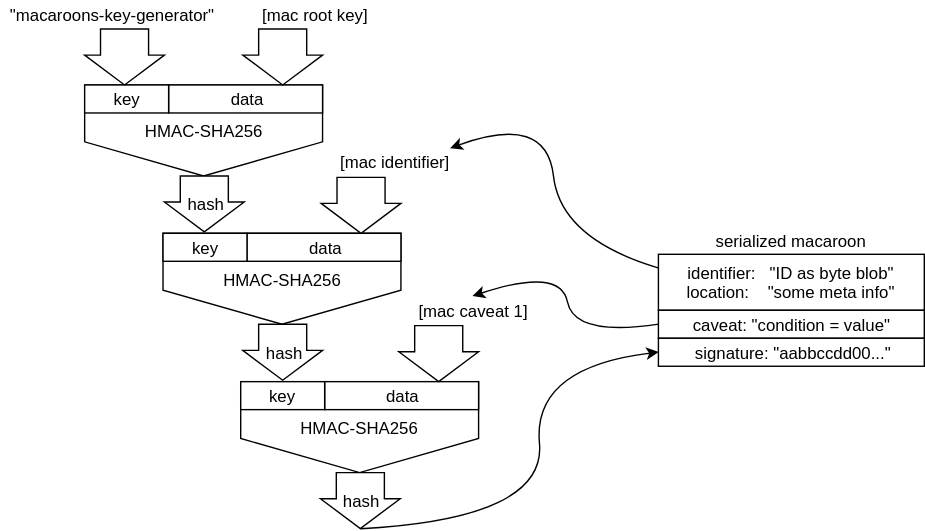
Earlier version of the draw.io export img/slides-06/macaroons-hash-chain-with-serialized.svg (guggero/lightning-workshop). Source tidied: cells renumbered, new cells last; positions are measured from the earlier drawing's top-left corner, leaving out a move shared by most shapes.
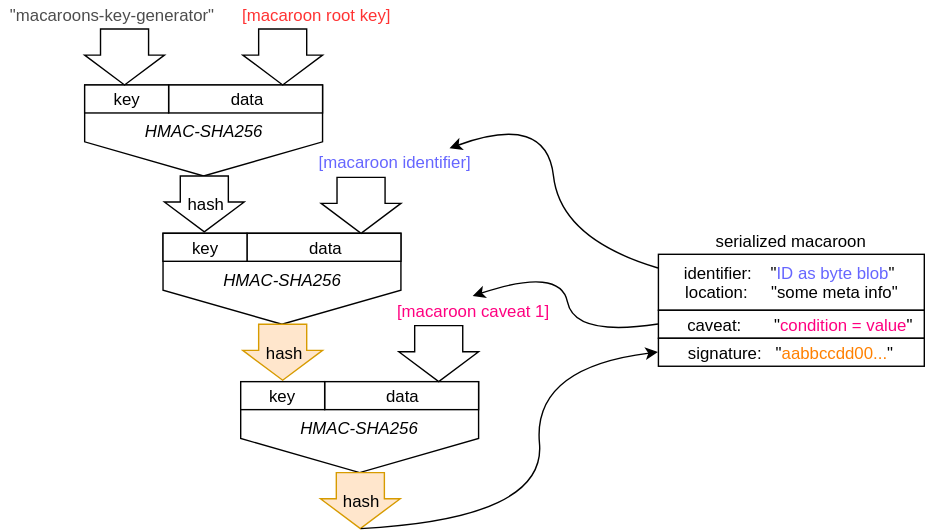
After the change.

Commit message:
Finish macaroon slides

The edit, as a diff of the source:
```diff
@@ -2,16 +2,16 @@
   <root>
     <mxCell id="0" />
     <mxCell id="1" parent="0" />
-    <mxCell id="2" value="&lt;font style=&quot;font-size: 12px&quot;&gt;&quot;macaroons-key-generator&quot;&lt;/font&gt;" style="text;html=1;strokeColor=none;fillColor=none;align=center;verticalAlign=middle;whiteSpace=wrap;rounded=0;" parent="1" vertex="1">
+    <mxCell id="2" value="&lt;font style=&quot;font-size: 12px&quot;&gt;&quot;macaroons-key-generator&quot;&lt;/font&gt;" style="text;html=1;strokeColor=none;fillColor=none;align=center;verticalAlign=middle;whiteSpace=wrap;rounded=0;fontColor=#4D4D4D;" parent="1" vertex="1">
       <mxGeometry width="160" height="20" as="geometry" />
     </mxCell>
-    <mxCell id="3" value="&lt;font style=&quot;font-size: 12px&quot;&gt;[mac root key]&lt;/font&gt;" style="text;html=1;strokeColor=none;fillColor=none;align=center;verticalAlign=middle;whiteSpace=wrap;rounded=0;" parent="1" vertex="1">
+    <mxCell id="3" value="&lt;font style=&quot;font-size: 12px&quot;&gt;[macaroon root key]&lt;/font&gt;" style="text;html=1;strokeColor=none;fillColor=none;align=center;verticalAlign=middle;whiteSpace=wrap;rounded=0;fontColor=#FF3333;" parent="1" vertex="1">
       <mxGeometry x="145" width="160" height="20" as="geometry" />
     </mxCell>
     <mxCell id="4" style="group;" parent="1" vertex="1">
       <mxGeometry x="60" y="20" width="170" height="145" as="geometry" />
     </mxCell>
-    <mxCell id="5" value="HMAC-SHA256" style="shape=offPageConnector;whiteSpace=wrap;html=1;" parent="4" vertex="1">
+    <mxCell id="5" value="&lt;i&gt;HMAC-SHA256&lt;/i&gt;" style="shape=offPageConnector;whiteSpace=wrap;html=1;" parent="4" vertex="1">
       <mxGeometry y="40" width="170" height="65" as="geometry" />
     </mxCell>
     <mxCell id="6" value="hash" style="shape=singleArrow;direction=south;whiteSpace=wrap;html=1;arrowWidth=0.6023013304566647;arrowSize=0.5339805825242727;" parent="4" vertex="1">
@@ -32,10 +32,10 @@
     <mxCell id="11" style="group;" parent="1" vertex="1">
       <mxGeometry x="116" y="126" width="170" height="145" as="geometry" />
     </mxCell>
-    <mxCell id="12" value="HMAC-SHA256" style="shape=offPageConnector;whiteSpace=wrap;html=1;" parent="11" vertex="1">
+    <mxCell id="12" value="&lt;i&gt;HMAC-SHA256&lt;/i&gt;" style="shape=offPageConnector;whiteSpace=wrap;html=1;" parent="11" vertex="1">
       <mxGeometry y="40" width="170" height="65" as="geometry" />
     </mxCell>
-    <mxCell id="13" value="hash" style="shape=singleArrow;direction=south;whiteSpace=wrap;html=1;arrowWidth=0.6023013304566647;arrowSize=0.5339805825242727;" parent="11" vertex="1">
+    <mxCell id="13" value="hash" style="shape=singleArrow;direction=south;whiteSpace=wrap;html=1;arrowWidth=0.6023013304566647;arrowSize=0.5339805825242727;fillColor=#ffe6cc;strokeColor=#d79b00;" parent="11" vertex="1">
       <mxGeometry x="57" y="105" width="57" height="40" as="geometry" />
     </mxCell>
     <mxCell id="14" value="data" style="rounded=0;whiteSpace=wrap;html=1;" parent="11" vertex="1">
@@ -50,10 +50,10 @@
     <mxCell id="17" style="group;" parent="1" vertex="1">
       <mxGeometry x="171.5" y="232" width="170" height="145" as="geometry" />
     </mxCell>
-    <mxCell id="18" value="HMAC-SHA256" style="shape=offPageConnector;whiteSpace=wrap;html=1;" parent="17" vertex="1">
+    <mxCell id="18" value="&lt;i&gt;HMAC-SHA256&lt;/i&gt;" style="shape=offPageConnector;whiteSpace=wrap;html=1;" parent="17" vertex="1">
       <mxGeometry y="40" width="170" height="65" as="geometry" />
     </mxCell>
-    <mxCell id="19" value="hash" style="shape=singleArrow;direction=south;whiteSpace=wrap;html=1;arrowWidth=0.6023013304566647;arrowSize=0.5339805825242727;" parent="17" vertex="1">
+    <mxCell id="19" value="hash" style="shape=singleArrow;direction=south;whiteSpace=wrap;html=1;arrowWidth=0.6023013304566647;arrowSize=0.5339805825242727;fillColor=#ffe6cc;strokeColor=#d79b00;" parent="17" vertex="1">
       <mxGeometry x="57" y="105" width="57" height="40" as="geometry" />
     </mxCell>
     <mxCell id="20" value="data" style="rounded=0;whiteSpace=wrap;html=1;" parent="17" vertex="1">
@@ -65,22 +65,22 @@
     <mxCell id="22" style="shape=singleArrow;direction=south;whiteSpace=wrap;html=1;arrowWidth=0.6023013304566647;arrowSize=0.5339805825242727;" parent="17" vertex="1">
       <mxGeometry x="113" width="57" height="40" as="geometry" />
     </mxCell>
-    <mxCell id="23" value="&lt;font style=&quot;font-size: 12px&quot;&gt;[mac identifier]&lt;/font&gt;" style="text;html=1;strokeColor=none;fillColor=none;align=center;verticalAlign=middle;whiteSpace=wrap;rounded=0;" parent="1" vertex="1">
+    <mxCell id="23" value="&lt;font style=&quot;font-size: 12px&quot;&gt;[macaroon identifier]&lt;/font&gt;" style="text;html=1;strokeColor=none;fillColor=none;align=center;verticalAlign=middle;whiteSpace=wrap;rounded=0;fontColor=#6666FF;" parent="1" vertex="1">
       <mxGeometry x="201" y="105" width="160" height="20" as="geometry" />
     </mxCell>
-    <mxCell id="24" value="&lt;font style=&quot;font-size: 12px&quot;&gt;[mac caveat 1]&lt;/font&gt;" style="text;html=1;strokeColor=none;fillColor=none;align=center;verticalAlign=middle;whiteSpace=wrap;rounded=0;" parent="1" vertex="1">
+    <mxCell id="24" value="&lt;font style=&quot;font-size: 12px&quot;&gt;[macaroon caveat 1]&lt;/font&gt;" style="text;html=1;strokeColor=none;fillColor=none;align=center;verticalAlign=middle;whiteSpace=wrap;rounded=0;fontColor=#FF0080;" parent="1" vertex="1">
       <mxGeometry x="257" y="211" width="160" height="20" as="geometry" />
     </mxCell>
-    <mxCell id="25" value="identifier:&amp;nbsp; &amp;nbsp;&quot;ID as byte blob&quot;&amp;nbsp;&lt;br&gt;location:&amp;nbsp; &amp;nbsp; &quot;some meta info&quot;&amp;nbsp;&lt;br&gt;" style="rounded=0;whiteSpace=wrap;html=1;" parent="1" vertex="1">
+    <mxCell id="25" value="identifier:&amp;nbsp; &amp;nbsp; &quot;&lt;font color=&quot;#6666ff&quot;&gt;ID as byte blob&lt;/font&gt;&quot;&amp;nbsp;&lt;br&gt;&amp;nbsp;location:&amp;nbsp; &amp;nbsp; &amp;nbsp;&quot;some meta info&quot;&amp;nbsp;&lt;br&gt;" style="rounded=0;whiteSpace=wrap;html=1;" parent="1" vertex="1">
       <mxGeometry x="470" y="181" width="190" height="40" as="geometry" />
     </mxCell>
     <mxCell id="26" value="&lt;font style=&quot;font-size: 12px&quot;&gt;serialized macaroon&lt;/font&gt;" style="text;html=1;strokeColor=none;fillColor=none;align=center;verticalAlign=middle;whiteSpace=wrap;rounded=0;" parent="1" vertex="1">
       <mxGeometry x="485" y="161" width="160" height="20" as="geometry" />
     </mxCell>
-    <mxCell id="27" value="caveat: &quot;condition = value&quot;" style="rounded=0;whiteSpace=wrap;html=1;" parent="1" vertex="1">
+    <mxCell id="27" value="&amp;nbsp; &amp;nbsp; caveat:&amp;nbsp; &amp;nbsp; &amp;nbsp; &amp;nbsp;&quot;&lt;font color=&quot;#ff0080&quot;&gt;condition = value&lt;/font&gt;&quot;&amp;nbsp;" style="rounded=0;whiteSpace=wrap;html=1;" parent="1" vertex="1">
       <mxGeometry x="470" y="221" width="190" height="20" as="geometry" />
     </mxCell>
-    <mxCell id="28" value="signature: &quot;aabbccdd00...&quot;" style="rounded=0;whiteSpace=wrap;html=1;" parent="1" vertex="1">
+    <mxCell id="28" value="&lt;font&gt;signature:&amp;nbsp; &amp;nbsp;&quot;&lt;font color=&quot;#ff8000&quot;&gt;aabbccdd00...&lt;/font&gt;&quot;&amp;nbsp;&lt;/font&gt;" style="rounded=0;whiteSpace=wrap;html=1;fontColor=#000000;" parent="1" vertex="1">
       <mxGeometry x="470" y="241" width="190" height="20" as="geometry" />
     </mxCell>
     <mxCell id="29" style="curved=1;endArrow=classic;html=1;exitX=0;exitY=0.25;exitDx=0;exitDy=0;entryX=0.75;entryY=0;entryDx=0;entryDy=0;" parent="1" edge="1" source="25" target="23">
```
